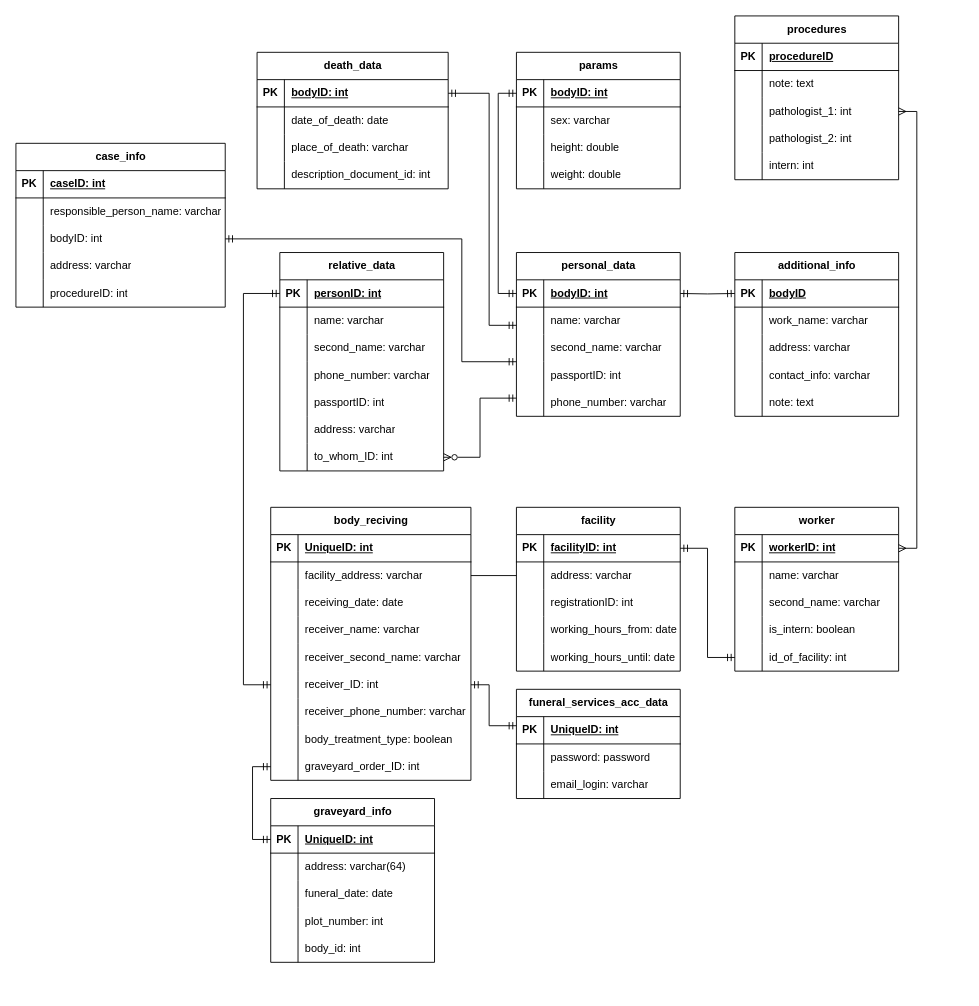
StXoTTaBbl4/ISBD keeps this draw.io diagram as Project/Stage_2/Datalog.drawio. Above is the earlier version. Source tidied: cells renumbered, new cells numbered last; positions are measured from the earlier drawing's top-left corner, leaving out a move shared by most shapes. Both pictures are drawn from the tidied source at 91%, with x=0, y=0 at pixel (15, 15).
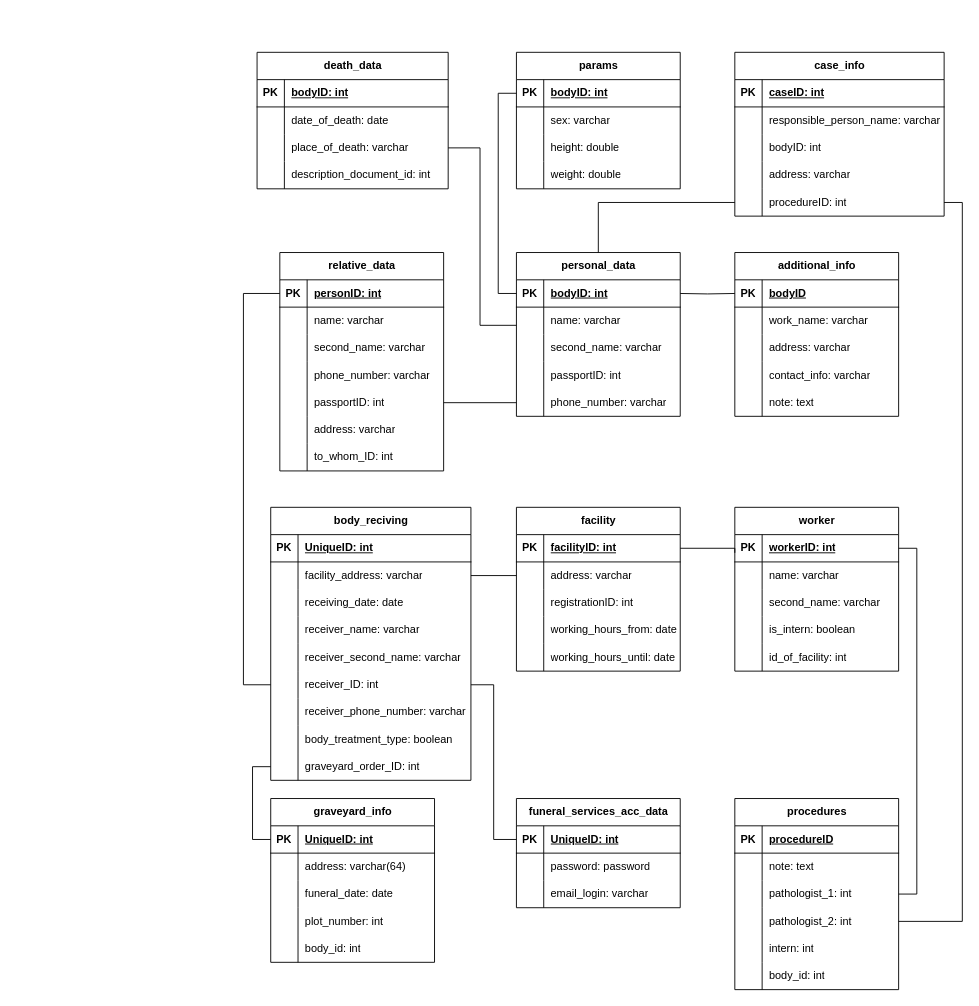
Above is the later version.

The change refers to these unchanged cells:
```xml
<mxCell id="3" style="shape=tableRow;horizontal=0;startSize=0;swimlaneHead=0;swimlaneBody=0;fillColor=none;points=[[0,0.5],[1,0.5]];portConstraint=eastwest;top=0;left=0;right=0;bottom=1;" parent="2" vertex="1">
  <mxGeometry y="30" width="180" height="30" as="geometry" />
</mxCell>
<mxCell id="15" value="personal_data" style="shape=table;startSize=30;childLayout=tableLayout;rowLines=0;fontStyle=1;align=center;html=1;" parent="1" vertex="1">
  <mxGeometry x="550" y="260" width="180" height="180" as="geometry" />
</mxCell>
<mxCell id="16" style="shape=tableRow;horizontal=0;startSize=0;swimlaneHead=0;swimlaneBody=0;fillColor=none;points=[[0,0.5],[1,0.5]];portConstraint=eastwest;top=0;left=0;right=0;bottom=1;" parent="15" vertex="1">
  <mxGeometry y="30" width="180" height="30" as="geometry" />
</mxCell>
<mxCell id="28" style="shape=tableRow;horizontal=0;startSize=0;swimlaneHead=0;swimlaneBody=0;fillColor=none;points=[[0,0.5],[1,0.5]];portConstraint=eastwest;top=0;left=0;right=0;bottom=0;" parent="15" vertex="1">
  <mxGeometry y="150" width="180" height="30" as="geometry" />
</mxCell>
<mxCell id="32" style="shape=tableRow;horizontal=0;startSize=0;swimlaneHead=0;swimlaneBody=0;fillColor=none;points=[[0,0.5],[1,0.5]];portConstraint=eastwest;top=0;left=0;right=0;bottom=1;" parent="31" vertex="1">
  <mxGeometry y="30" width="210" height="30" as="geometry" />
</mxCell>
<mxCell id="38" style="shape=tableRow;horizontal=0;startSize=0;swimlaneHead=0;swimlaneBody=0;fillColor=none;points=[[0,0.5],[1,0.5]];portConstraint=eastwest;top=0;left=0;right=0;bottom=0;" parent="31" vertex="1">
  <mxGeometry y="90" width="210" height="30" as="geometry" />
</mxCell>
<mxCell id="45" style="shape=tableRow;horizontal=0;startSize=0;swimlaneHead=0;swimlaneBody=0;fillColor=none;points=[[0,0.5],[1,0.5]];portConstraint=eastwest;top=0;left=0;right=0;bottom=1;" parent="44" vertex="1">
  <mxGeometry y="30" width="180" height="30" as="geometry" />
</mxCell>
<mxCell id="57" style="shape=tableRow;horizontal=0;startSize=0;swimlaneHead=0;swimlaneBody=0;fillColor=none;points=[[0,0.5],[1,0.5]];portConstraint=eastwest;top=0;left=0;right=0;bottom=0;" parent="44" vertex="1">
  <mxGeometry y="150" width="180" height="30" as="geometry" />
</mxCell>
<mxCell id="63" style="shape=tableRow;horizontal=0;startSize=0;swimlaneHead=0;swimlaneBody=0;fillColor=none;points=[[0,0.5],[1,0.5]];portConstraint=eastwest;top=0;left=0;right=0;bottom=0;" parent="44" vertex="1">
  <mxGeometry y="210" width="180" height="30" as="geometry" />
</mxCell>
<mxCell id="67" style="shape=tableRow;horizontal=0;startSize=0;swimlaneHead=0;swimlaneBody=0;fillColor=none;points=[[0,0.5],[1,0.5]];portConstraint=eastwest;top=0;left=0;right=0;bottom=1;" parent="66" vertex="1">
  <mxGeometry y="30" width="180" height="30" as="geometry" />
</mxCell>
<mxCell id="83" style="shape=tableRow;horizontal=0;startSize=0;swimlaneHead=0;swimlaneBody=0;fillColor=none;points=[[0,0.5],[1,0.5]];portConstraint=eastwest;top=0;left=0;right=0;bottom=1;" parent="82" vertex="1">
  <mxGeometry y="30" width="180" height="30" as="geometry" />
</mxCell>
<mxCell id="95" style="shape=tableRow;horizontal=0;startSize=0;swimlaneHead=0;swimlaneBody=0;fillColor=none;points=[[0,0.5],[1,0.5]];portConstraint=eastwest;top=0;left=0;right=0;bottom=0;" parent="82" vertex="1">
  <mxGeometry y="150" width="180" height="30" as="geometry" />
</mxCell>
<mxCell id="105" style="shape=tableRow;horizontal=0;startSize=0;swimlaneHead=0;swimlaneBody=0;fillColor=none;points=[[0,0.5],[1,0.5]];portConstraint=eastwest;top=0;left=0;right=0;bottom=0;" parent="98" vertex="1">
  <mxGeometry y="90" width="230" height="30" as="geometry" />
</mxCell>
<mxCell id="111" style="shape=tableRow;horizontal=0;startSize=0;swimlaneHead=0;swimlaneBody=0;fillColor=none;points=[[0,0.5],[1,0.5]];portConstraint=eastwest;top=0;left=0;right=0;bottom=0;" parent="98" vertex="1">
  <mxGeometry y="150" width="230" height="30" as="geometry" />
</mxCell>
<mxCell id="115" style="shape=tableRow;horizontal=0;startSize=0;swimlaneHead=0;swimlaneBody=0;fillColor=none;points=[[0,0.5],[1,0.5]];portConstraint=eastwest;top=0;left=0;right=0;bottom=1;" parent="114" vertex="1">
  <mxGeometry y="30" width="180" height="30" as="geometry" />
</mxCell>
<mxCell id="146" style="shape=tableRow;horizontal=0;startSize=0;swimlaneHead=0;swimlaneBody=0;fillColor=none;points=[[0,0.5],[1,0.5]];portConstraint=eastwest;top=0;left=0;right=0;bottom=0;" parent="130" vertex="1">
  <mxGeometry y="180" width="220" height="30" as="geometry" />
</mxCell>
<mxCell id="155" style="shape=tableRow;horizontal=0;startSize=0;swimlaneHead=0;swimlaneBody=0;fillColor=none;points=[[0,0.5],[1,0.5]];portConstraint=eastwest;top=0;left=0;right=0;bottom=0;" parent="130" vertex="1">
  <mxGeometry y="270" width="220" height="30" as="geometry" />
</mxCell>
<mxCell id="168" style="shape=tableRow;horizontal=0;startSize=0;swimlaneHead=0;swimlaneBody=0;fillColor=none;points=[[0,0.5],[1,0.5]];portConstraint=eastwest;top=0;left=0;right=0;bottom=1;" parent="167" vertex="1">
  <mxGeometry y="30" width="180" height="30" as="geometry" />
</mxCell>
<mxCell id="185" style="shape=tableRow;horizontal=0;startSize=0;swimlaneHead=0;swimlaneBody=0;fillColor=none;points=[[0,0.5],[1,0.5]];portConstraint=eastwest;top=0;left=0;right=0;bottom=0;" parent="178" vertex="1">
  <mxGeometry y="90" width="180" height="30" as="geometry" />
</mxCell>
<mxCell id="188" style="shape=tableRow;horizontal=0;startSize=0;swimlaneHead=0;swimlaneBody=0;fillColor=none;points=[[0,0.5],[1,0.5]];portConstraint=eastwest;top=0;left=0;right=0;bottom=0;" parent="178" vertex="1">
  <mxGeometry y="120" width="180" height="30" as="geometry" />
</mxCell>
```

What changed in the source:
```diff
@@
     <mxCell id="98" value="case_info" style="shape=table;startSize=30;childLayout=tableLayout;rowLines=0;fontStyle=1;align=center;html=1;" parent="1" vertex="1">
-      <mxGeometry y="140" width="230" height="180" as="geometry" />
+      <mxGeometry x="790" y="40" width="230" height="180" as="geometry" />
     </mxCell>
@@
-    <mxCell id="158" style="edgeStyle=orthogonalEdgeStyle;rounded=0;jettySize=auto;html=1;exitX=1;exitY=0.5;exitDx=0;exitDy=0;endArrow=ERmandOne;endFill=0;startArrow=ERmandOne;startFill=0;" parent="1" edge="1" source="32">
+    <mxCell id="158" style="edgeStyle=orthogonalEdgeStyle;rounded=0;jettySize=auto;html=1;exitX=1;exitY=0.5;exitDx=0;exitDy=0;endArrow=none;endFill=0;startArrow=none;startFill=0;" parent="1" edge="1" source="38">
       <mxGeometry relative="1" as="geometry">
         <mxPoint x="550" y="340" as="targetPoint" />
         <Array as="points">
-          <mxPoint x="520" y="85" />
-          <mxPoint x="520" y="340" />
-          <mxPoint x="550" y="340" />
+          <mxPoint x="510" y="145" />
+          <mxPoint x="510" y="340" />
         </Array>
       </mxGeometry>
     </mxCell>
-    <mxCell id="159" style="edgeStyle=orthogonalEdgeStyle;rounded=0;jettySize=auto;html=1;exitX=1;exitY=0.5;exitDx=0;exitDy=0;endArrow=ERmandOne;endFill=0;startArrow=ERzeroToMany;startFill=0;" parent="1" edge="1" source="63">
-      <mxGeometry relative="1" as="geometry">
-        <mxPoint x="550" y="420" as="targetPoint" />
-        <Array as="points">
-          <mxPoint x="510" y="485" />
-          <mxPoint x="510" y="420" />
-          <mxPoint x="550" y="420" />
-        </Array>
-      </mxGeometry>
-    </mxCell>
-    <mxCell id="160" style="edgeStyle=orthogonalEdgeStyle;rounded=0;jettySize=auto;html=1;exitX=0;exitY=0.5;exitDx=0;exitDy=0;entryX=1;entryY=0.5;entryDx=0;entryDy=0;startArrow=ERmandOne;startFill=0;endArrow=ERmandOne;endFill=0;" parent="1" edge="1" source="95" target="67">
-      <mxGeometry relative="1" as="geometry" />
+    <mxCell id="160" style="edgeStyle=orthogonalEdgeStyle;rounded=0;jettySize=auto;html=1;entryX=1;entryY=0.5;entryDx=0;entryDy=0;startArrow=none;startFill=0;endArrow=none;endFill=0;" parent="1" edge="1" target="67">
+      <mxGeometry relative="1" as="geometry">
+        <mxPoint x="790" y="590" as="sourcePoint" />
+        <Array as="points">
+          <mxPoint x="790" y="585" />
+        </Array>
+      </mxGeometry>
     </mxCell>
-    <mxCell id="161" style="edgeStyle=orthogonalEdgeStyle;rounded=0;jettySize=auto;html=1;exitX=0;exitY=0.5;exitDx=0;exitDy=0;entryX=1;entryY=0.5;entryDx=0;entryDy=0;startArrow=ERmandOne;startFill=0;endArrow=ERmandOne;endFill=0;" parent="1" edge="1" target="16">
+    <mxCell id="161" style="edgeStyle=orthogonalEdgeStyle;rounded=0;jettySize=auto;html=1;exitX=0;exitY=0.5;exitDx=0;exitDy=0;entryX=1;entryY=0.5;entryDx=0;entryDy=0;startArrow=none;startFill=0;endArrow=none;endFill=0;" parent="1" edge="1" target="16">
       <mxGeometry relative="1" as="geometry">
         <mxPoint x="790" y="305" as="sourcePoint" />
       </mxGeometry>
     </mxCell>
-    <mxCell id="162" style="edgeStyle=orthogonalEdgeStyle;rounded=0;jettySize=auto;html=1;exitX=1;exitY=0.5;exitDx=0;exitDy=0;startArrow=ERmany;startFill=0;endArrow=ERmany;endFill=0;entryX=1;entryY=0.5;entryDx=0;entryDy=0;" parent="1" edge="1" source="83" target="185">
-      <mxGeometry relative="1" as="geometry" />
-    </mxCell>
-    <mxCell id="163" style="edgeStyle=orthogonalEdgeStyle;rounded=0;jettySize=auto;html=1;exitX=1;exitY=0.5;exitDx=0;exitDy=0;endArrow=ERmandOne;endFill=0;startArrow=ERmandOne;startFill=0;" parent="1" edge="1" source="105">
+    <mxCell id="163" style="edgeStyle=orthogonalEdgeStyle;rounded=0;jettySize=auto;html=1;exitX=0;exitY=0.5;exitDx=0;exitDy=0;endArrow=none;endFill=0;startArrow=none;startFill=0;entryX=0.5;entryY=0;entryDx=0;entryDy=0;" parent="1" edge="1" source="111" target="15">
       <mxGeometry relative="1" as="geometry">
-        <mxPoint x="550" y="380" as="targetPoint" />
         <Array as="points">
-          <mxPoint x="490" y="245" />
-          <mxPoint x="490" y="380" />
-          <mxPoint x="550" y="380" />
+          <mxPoint x="640" y="205" />
         </Array>
       </mxGeometry>
     </mxCell>
@@
-    <mxCell id="165" style="edgeStyle=orthogonalEdgeStyle;rounded=0;jettySize=auto;html=1;exitX=0;exitY=0.5;exitDx=0;exitDy=0;entryX=0;entryY=0.5;entryDx=0;entryDy=0;startArrow=ERmandOne;startFill=0;endArrow=ERmandOne;endFill=0;" parent="1" edge="1" source="155" target="115">
+    <mxCell id="165" style="edgeStyle=orthogonalEdgeStyle;rounded=0;jettySize=auto;html=1;exitX=0;exitY=0.5;exitDx=0;exitDy=0;entryX=0;entryY=0.5;entryDx=0;entryDy=0;startArrow=none;startFill=0;endArrow=none;endFill=0;" parent="1" edge="1" source="155" target="115">
       <mxGeometry relative="1" as="geometry" />
     </mxCell>
-    <mxCell id="166" style="edgeStyle=orthogonalEdgeStyle;rounded=0;jettySize=auto;html=1;exitX=0;exitY=0.5;exitDx=0;exitDy=0;entryX=0;entryY=0.5;entryDx=0;entryDy=0;startArrow=ERmandOne;startFill=0;endArrow=ERmandOne;endFill=0;" parent="1" edge="1" source="146" target="45">
+    <mxCell id="166" style="edgeStyle=orthogonalEdgeStyle;rounded=0;jettySize=auto;html=1;exitX=0;exitY=0.5;exitDx=0;exitDy=0;entryX=0;entryY=0.5;entryDx=0;entryDy=0;startArrow=none;startFill=0;endArrow=none;endFill=0;" parent="1" edge="1" source="146" target="45">
       <mxGeometry relative="1" as="geometry">
         <Array as="points">
           <mxPoint x="250" y="735" />
           <mxPoint x="250" y="305" />
         </Array>
       </mxGeometry>
     </mxCell>
     <mxCell id="167" value="funeral_services_acc_data" style="shape=table;startSize=30;childLayout=tableLayout;rowLines=0;fontStyle=1;align=center;html=1;" parent="1" vertex="1">
-      <mxGeometry x="550" y="740" width="180" height="120" as="geometry" />
+      <mxGeometry x="550" y="860" width="180" height="120" as="geometry" />
     </mxCell>
@@
-    <mxCell id="177" style="edgeStyle=orthogonalEdgeStyle;rounded=0;jettySize=auto;html=1;startArrow=ERmandOne;startFill=0;endArrow=ERmandOne;endFill=0;entryX=1;entryY=0.5;entryDx=0;entryDy=0;" parent="1" edge="1" target="146">
-      <mxGeometry relative="1" as="geometry">
-        <mxPoint x="550" y="780" as="sourcePoint" />
-        <Array as="points">
-          <mxPoint x="520" y="780" />
-          <mxPoint x="520" y="735" />
-        </Array>
-      </mxGeometry>
-    </mxCell>
     <mxCell id="178" value="procedures" style="shape=table;startSize=30;childLayout=tableLayout;rowLines=0;fontStyle=1;align=center;html=1;" parent="1" vertex="1">
-      <mxGeometry x="790" width="180" height="180" as="geometry" />
+      <mxGeometry x="790" y="860" width="180" height="210" as="geometry" />
     </mxCell>
@@
+    <mxCell id="211" style="shape=tableRow;horizontal=0;startSize=0;swimlaneHead=0;swimlaneBody=0;fillColor=none;top=0;left=0;right=0;bottom=0;" parent="178" vertex="1">
+      <mxGeometry y="180" width="180" height="30" as="geometry" />
+    </mxCell>
+    <mxCell id="212" style="shape=partialRectangle;fillColor=none;top=0;left=0;bottom=0;right=0;overflow=hidden;whiteSpace=wrap;html=1;" parent="211" vertex="1">
+      <mxGeometry width="30" height="30" as="geometry" />
+    </mxCell>
+    <mxCell id="213" value="body_id: int" style="shape=partialRectangle;fillColor=none;top=0;left=0;bottom=0;right=0;align=left;spacingLeft=6;overflow=hidden;whiteSpace=wrap;html=1;" parent="211" vertex="1">
+      <mxGeometry x="30" width="150" height="30" as="geometry" />
+    </mxCell>
@@
-    <mxCell id="210" style="edgeStyle=orthogonalEdgeStyle;rounded=0;jettySize=auto;html=1;exitX=0;exitY=0.5;exitDx=0;exitDy=0;entryX=0;entryY=0.5;entryDx=0;entryDy=0;startArrow=ERmandOne;startFill=0;endArrow=ERmandOne;endFill=0;" parent="1" edge="1" source="3" target="16">
+    <mxCell id="210" style="edgeStyle=orthogonalEdgeStyle;rounded=0;jettySize=auto;html=1;exitX=0;exitY=0.5;exitDx=0;exitDy=0;entryX=0;entryY=0.5;entryDx=0;entryDy=0;startArrow=none;startFill=0;endArrow=none;endFill=0;" parent="1" edge="1" source="3" target="16">
       <mxGeometry relative="1" as="geometry" />
     </mxCell>
+    <mxCell id="214" style="edgeStyle=orthogonalEdgeStyle;rounded=0;jettySize=auto;html=1;exitX=0;exitY=0.5;exitDx=0;exitDy=0;entryX=1;entryY=0.5;entryDx=0;entryDy=0;startArrow=none;startFill=0;endArrow=none;endFill=0;" parent="1" edge="1" source="28" target="57">
+      <mxGeometry relative="1" as="geometry" />
+    </mxCell>
+    <mxCell id="215" style="edgeStyle=orthogonalEdgeStyle;rounded=0;jettySize=auto;html=1;exitX=0;exitY=0.5;exitDx=0;exitDy=0;entryX=1;entryY=0.5;entryDx=0;entryDy=0;startArrow=none;startFill=0;endArrow=none;endFill=0;" parent="1" edge="1" source="168" target="146">
+      <mxGeometry relative="1" as="geometry" />
+    </mxCell>
+    <mxCell id="216" style="edgeStyle=orthogonalEdgeStyle;rounded=0;jettySize=auto;html=1;exitX=1;exitY=0.5;exitDx=0;exitDy=0;entryX=1;entryY=0.5;entryDx=0;entryDy=0;endArrow=none;endFill=0;" parent="1" edge="1" source="185" target="83">
+      <mxGeometry relative="1" as="geometry" />
+    </mxCell>
+    <mxCell id="217" style="edgeStyle=orthogonalEdgeStyle;rounded=0;jettySize=auto;html=1;exitX=1;exitY=0.5;exitDx=0;exitDy=0;entryX=1;entryY=0.5;entryDx=0;entryDy=0;endArrow=none;endFill=0;" parent="1" edge="1" source="188" target="111">
+      <mxGeometry relative="1" as="geometry" />
+    </mxCell>
```
